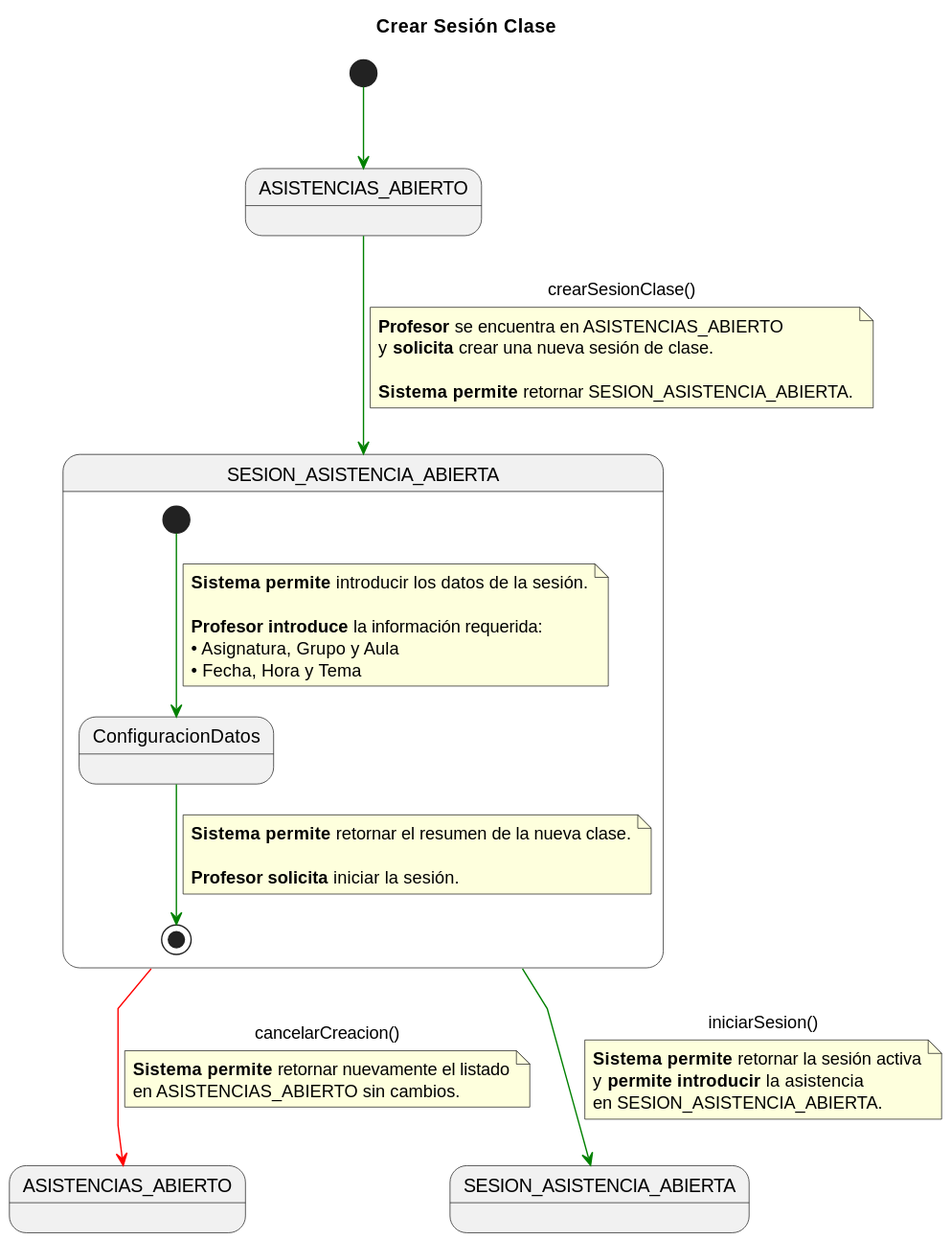
Above: documents/requisitado/02-detalle/Profesor/crearSesionClase.svg in jerdier/25-26-idsw2-sdVC (PlantUML), before the change.
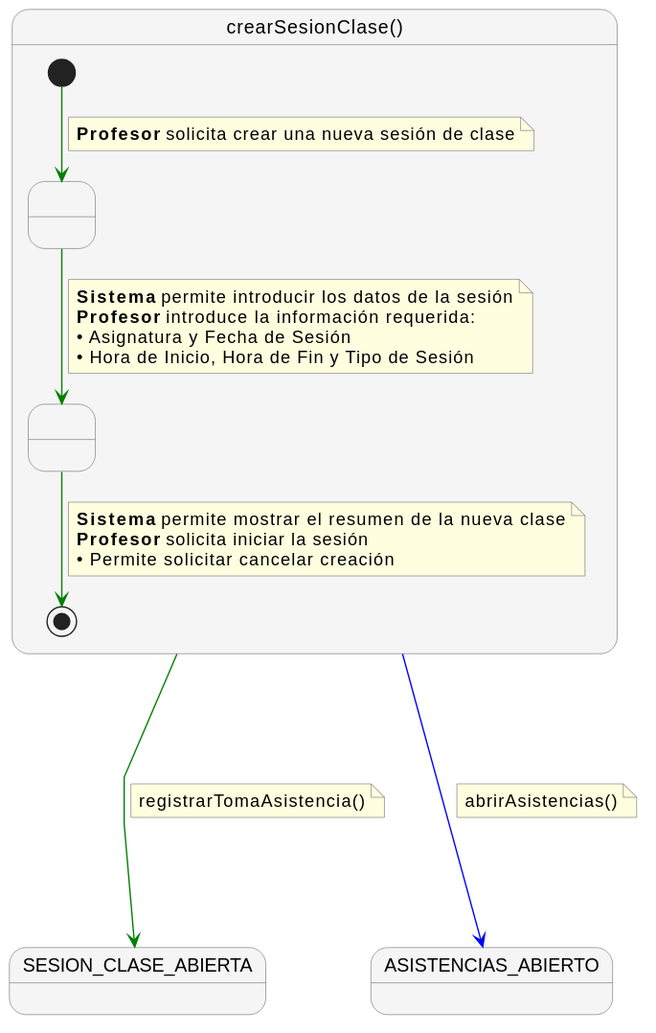
The same file after the commit.

What changed in the source:
```diff
@@ -1,53 +1,47 @@
 @startuml
-title Crear Sesión Clase
+skinparam nodesep 60
+skinparam ranksep 60
 skinparam linetype polyline
+skinparam NoteBackgroundColor lightyellow
+skinparam NoteBorderColor gray
+skinparam StateBackgroundColor #F5F5F5
+skinparam StateBorderColor gray
 
-state ASISTENCIAS_ABIERTO_INICIAL as "ASISTENCIAS_ABIERTO"
-state ASISTENCIAS_ABIERTO_FINAL as "ASISTENCIAS_ABIERTO"
-state SESION_NUEVA_COMP           as "SESION_ASISTENCIA_ABIERTA"
-state SESION_ACTIVA_FINAL         as "SESION_ASISTENCIA_ABIERTA"
+state "crearSesionClase()" as crearSesionClase {
+    state " " as Paso1
+    state " " as Paso2
 
-[*] -[#green]-> ASISTENCIAS_ABIERTO_INICIAL
-
-ASISTENCIAS_ABIERTO_INICIAL -[#green]-> SESION_NUEVA_COMP : crearSesionClase()
-note on link
-<b>Profesor</b> se encuentra en ASISTENCIAS_ABIERTO
-y <b>solicita</b> crear una nueva sesión de clase.
-
-<b>Sistema permite</b> retornar SESION_ASISTENCIA_ABIERTA.
-end note
-
-state SESION_NUEVA_COMP {
-
-    state ConfiguracionDatos
-
-    [*] -[#green]-> ConfiguracionDatos
+    [*] -[#green]-> Paso1
     note on link
-    <b>Sistema permite</b> introducir los datos de la sesión.
-
-    <b>Profesor introduce</b> la información requerida:
-    • Asignatura, Grupo y Aula
-    • Fecha, Hora y Tema
+      <b>Profesor</b> solicita crear una nueva sesión de clase
     end note
 
-    ConfiguracionDatos -[#green]-> [*]
+    Paso1 -[#green]-> Paso2
     note on link
-    <b>Sistema permite</b> retornar el resumen de la nueva clase.
+      <b>Sistema</b> permite introducir los datos de la sesión
+      <b>Profesor</b> introduce la información requerida:
+      • Asignatura y Fecha de Sesión
+      • Hora de Inicio, Hora de Fin y Tipo de Sesión
+    end note
 
-    <b>Profesor solicita</b> iniciar la sesión.
+    Paso2 -[#green]-> [*]
+    note on link
+      <b>Sistema</b> permite mostrar el resumen de la nueva clase
+      <b>Profesor</b> solicita iniciar la sesión
+      • Permite solicitar cancelar creación
     end note
 }
 
-SESION_NUEVA_COMP -[#green]-> SESION_ACTIVA_FINAL : iniciarSesion()
-note on link
-<b>Sistema permite</b> retornar la sesión activa
-y <b>permite introducir</b> la asistencia
-en SESION_ASISTENCIA_ABIERTA.
+state "SESION_CLASE_ABIERTA" as SESION_CLASE_ABIERTA
+state "ASISTENCIAS_ABIERTO" as ASISTENCIAS_ABIERTO
+
+crearSesionClase -[#green]---> SESION_CLASE_ABIERTA
+note right on link
+  registrarTomaAsistencia()
 end note
 
-SESION_NUEVA_COMP -[#red]-> ASISTENCIAS_ABIERTO_FINAL : cancelarCreacion()
-note on link
-<b>Sistema permite</b> retornar nuevamente el listado
-en ASISTENCIAS_ABIERTO sin cambios.
+crearSesionClase -[#blue]---> ASISTENCIAS_ABIERTO
+note right on link
+  abrirAsistencias()
 end note
 @enduml
```
